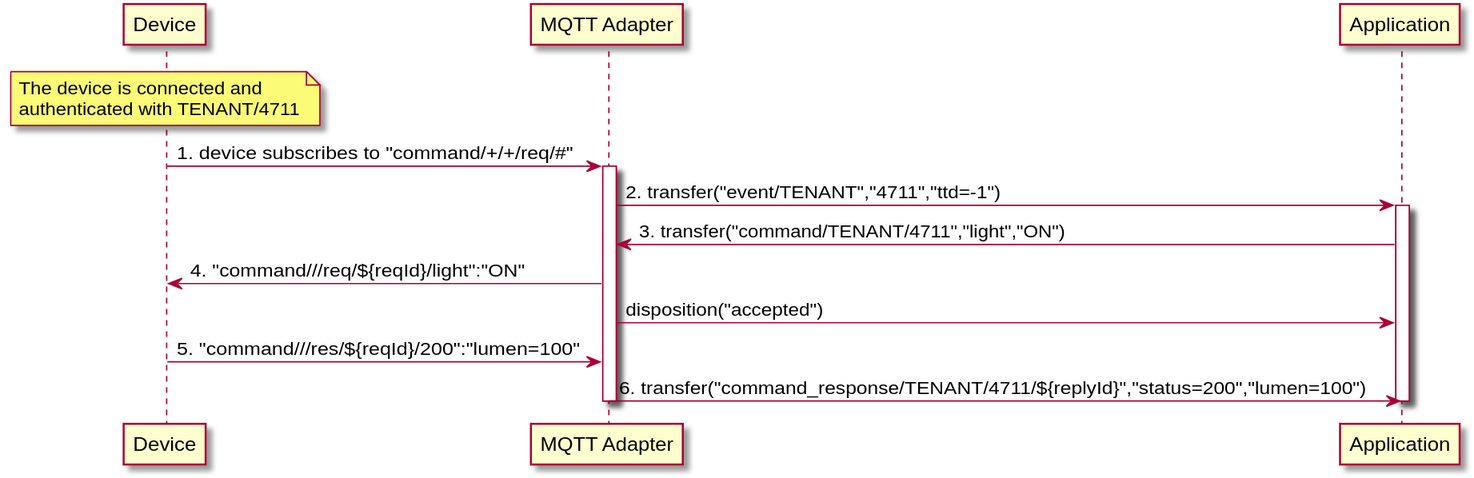
Above: site/documentation/content/concepts/command_control_concept_mqtt.svg in eclipse-hono/hono (PlantUML), before the change. Source of this version:
```plantuml
@startuml
scale 1.2

participant Device
participant "MQTT Adapter"
participant Application

note over Device
The device is connected and
authenticated with TENANT/4711
end note
Device -> "MQTT Adapter": 1. device subscribes to "command/+/+/req/#"
activate "MQTT Adapter"
"MQTT Adapter" -> Application: 2. transfer("event/TENANT","4711","ttd=-1")
activate Application
Application -> "MQTT Adapter": 3. transfer("command/TENANT/4711","light","ON")
"MQTT Adapter" -> Device: 4. "command///req/${reqId}/light":"ON"
"MQTT Adapter" -> Application: disposition("accepted")
Device -> "MQTT Adapter": 5. "command///res/${reqId}/200":"lumen=100"
"MQTT Adapter" -> Application: 6. transfer("command_response/TENANT/4711/${replyId}","status=200","lumen=100")
deactivate "MQTT Adapter"
deactivate Application
@enduml
```
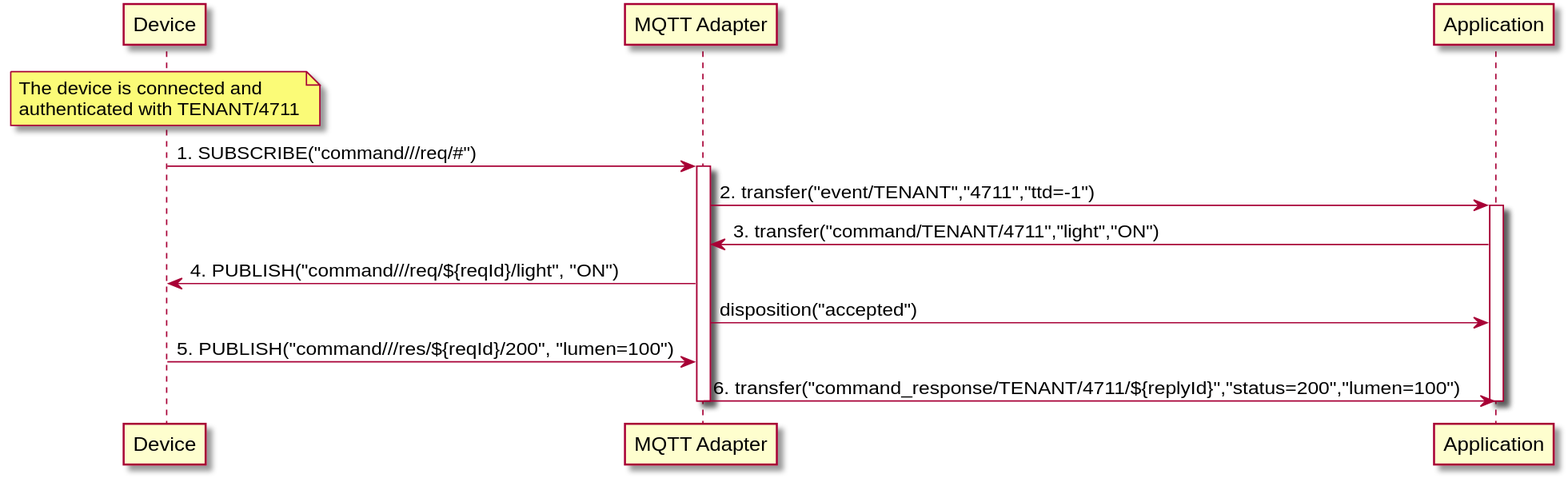
Above is the later version.

Commit message:
Adapt concept page.

The edit, as a diff of the source:
```diff
@@ -9,14 +9,14 @@
 The device is connected and
 authenticated with TENANT/4711
 end note
-Device -> "MQTT Adapter": 1. device subscribes to "command/+/+/req/#"
+Device -> "MQTT Adapter": 1. SUBSCRIBE("command///req/#")
 activate "MQTT Adapter"
 "MQTT Adapter" -> Application: 2. transfer("event/TENANT","4711","ttd=-1")
 activate Application
 Application -> "MQTT Adapter": 3. transfer("command/TENANT/4711","light","ON")
-"MQTT Adapter" -> Device: 4. "command///req/${reqId}/light":"ON"
+"MQTT Adapter" -> Device: 4. PUBLISH("command///req/${reqId}/light", "ON")
 "MQTT Adapter" -> Application: disposition("accepted")
-Device -> "MQTT Adapter": 5. "command///res/${reqId}/200":"lumen=100"
+Device -> "MQTT Adapter": 5. PUBLISH("command///res/${reqId}/200", "lumen=100")
 "MQTT Adapter" -> Application: 6. transfer("command_response/TENANT/4711/${replyId}","status=200","lumen=100")
 deactivate "MQTT Adapter"
 deactivate Application
```
